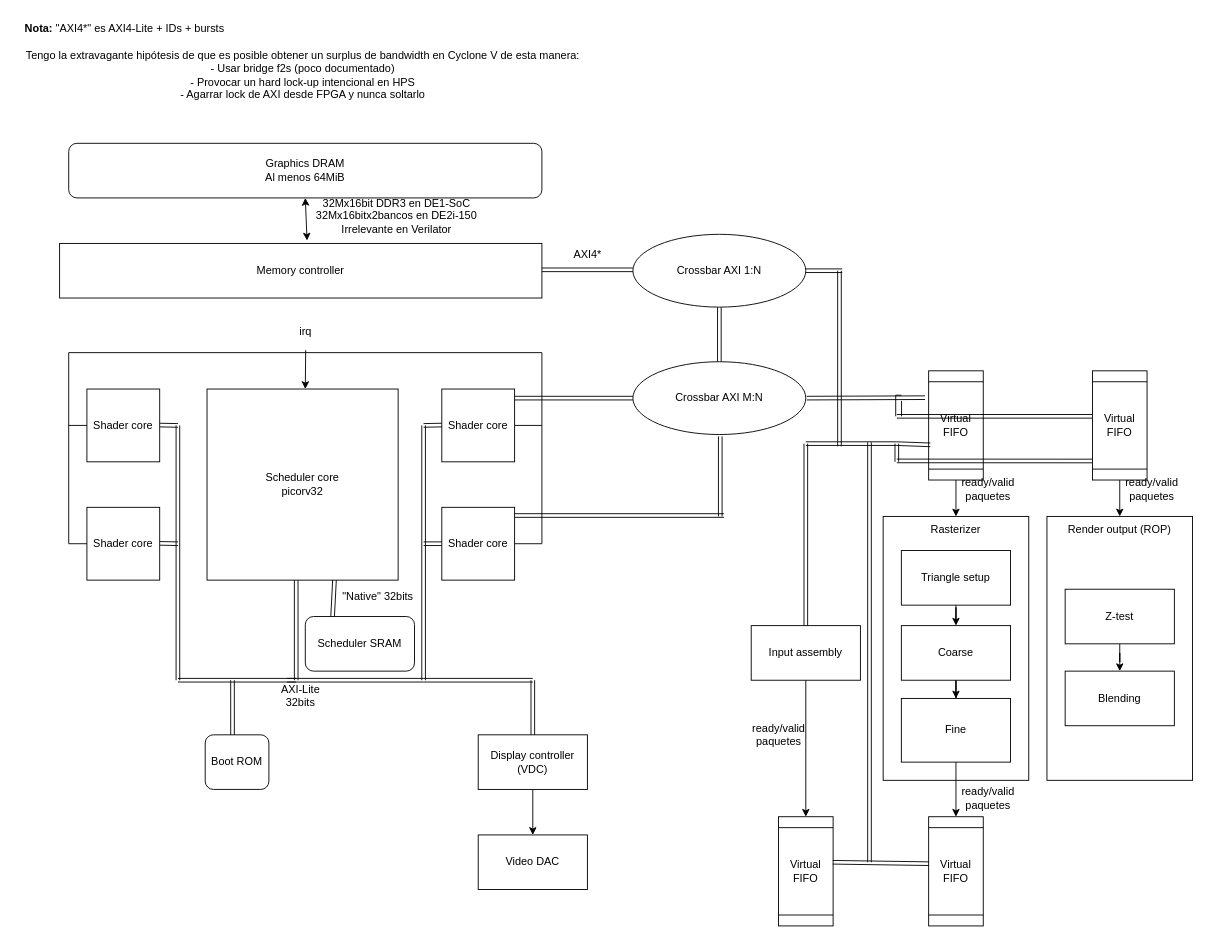
The draw.io diagram doc/diagrams/systemlevel.drawio in 3442/conspiracion, before the edit. Source tidied: cells renumbered, new cells numbered last; positions are measured from the earlier drawing's top-left corner, leaving out a move shared by most shapes. Both pictures are drawn from the tidied source at 91%, with x=0, y=0 at pixel (15, 15).
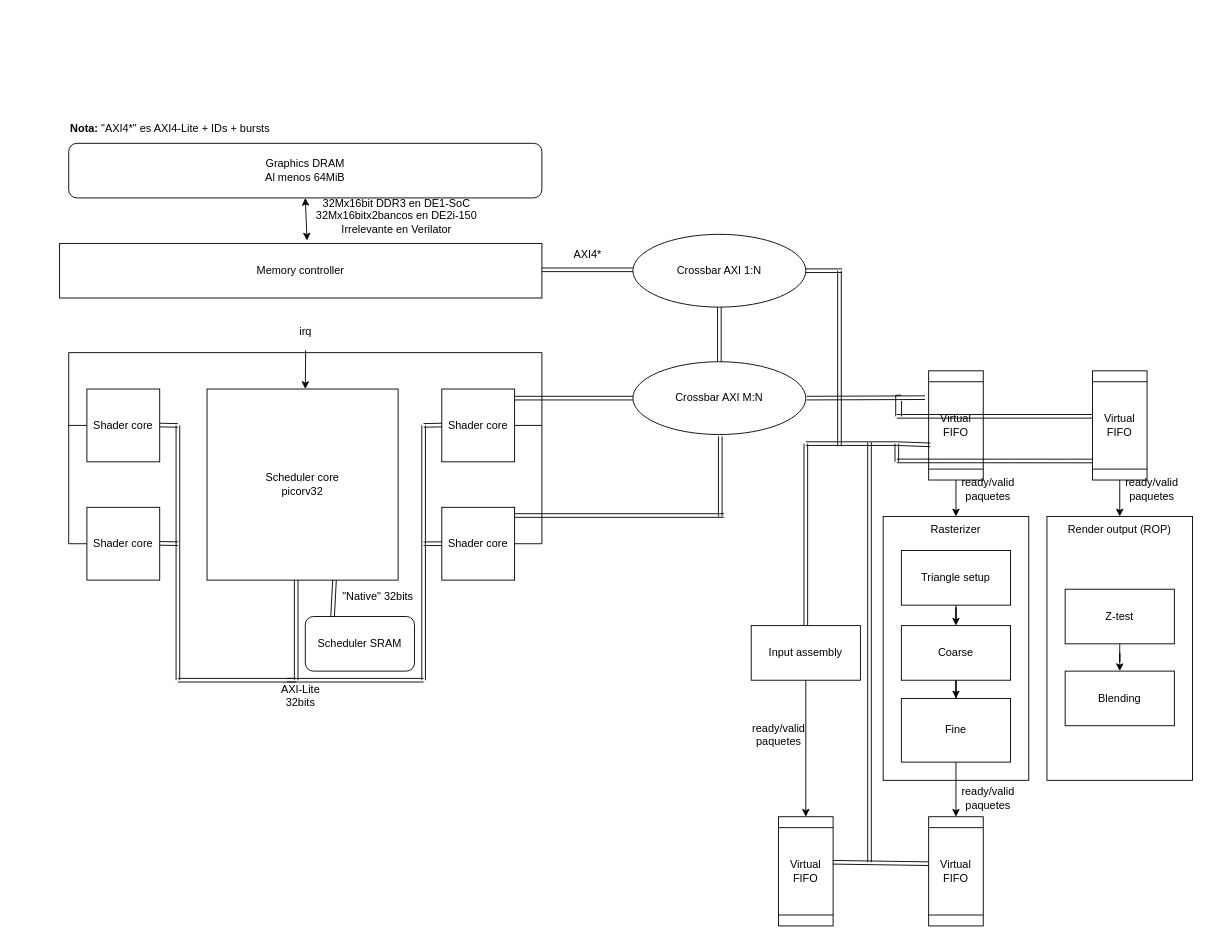
After the change.

Commit message (it also covers changes not shown here):
doc/diagrams: update to match design doc

The edit, as a diff of the source:
```diff
@@
-    <mxCell id="7" value="Boot ROM" style="rounded=1;whiteSpace=wrap;html=1;" parent="1" vertex="1">
-      <mxGeometry x="208" y="790" width="70" height="60" as="geometry" />
-    </mxCell>
@@
-    <mxCell id="12" style="shape=link;html=1;rounded=0;entryX=0.429;entryY=0;entryDx=0;entryDy=0;entryPerimeter=0;" parent="1" edge="1" target="7">
-      <mxGeometry relative="1" as="geometry">
-        <mxPoint x="238" y="730" as="sourcePoint" />
-      </mxGeometry>
-    </mxCell>
@@
-    <mxCell id="31" style="edgeStyle=orthogonalEdgeStyle;rounded=0;jettySize=auto;html=1;" parent="1" edge="1" source="32" target="37">
-      <mxGeometry relative="1" as="geometry" />
-    </mxCell>
-    <mxCell id="32" value="Display controller (VDC)" style="rounded=0;whiteSpace=wrap;html=1;" parent="1" vertex="1">
-      <mxGeometry x="508" y="790" width="120" height="60" as="geometry" />
-    </mxCell>
@@
-    <mxCell id="36" value="&lt;div&gt;Tengo la extravagante hipótesis de que es posible obtener un surplus de bandwidth en Cyclone V de esta manera:&lt;/div&gt;&lt;div&gt;- Usar bridge f2s (poco documentado)&lt;/div&gt;&lt;div&gt;- Provocar un hard lock-up intencional en HPS&lt;br&gt;&lt;/div&gt;&lt;div&gt;- Agarrar lock de AXI desde FPGA y nunca soltarlo&lt;/div&gt;" style="text;html=1;align=center;verticalAlign=middle;strokeColor=none;fillColor=none;" parent="1" vertex="1">
-      <mxGeometry y="30" width="630" height="70" as="geometry" />
-    </mxCell>
-    <mxCell id="37" value="Video DAC" style="rounded=0;whiteSpace=wrap;html=1;" parent="1" vertex="1">
-      <mxGeometry x="508" y="900" width="120" height="60" as="geometry" />
-    </mxCell>
-    <mxCell id="38" style="shape=link;html=1;rounded=0;" parent="1" edge="1">
-      <mxGeometry relative="1" as="geometry">
-        <mxPoint x="448" y="730" as="sourcePoint" />
-        <mxPoint x="568" y="730" as="targetPoint" />
-      </mxGeometry>
-    </mxCell>
-    <mxCell id="39" style="shape=link;html=1;rounded=0;" parent="1" edge="1" target="32">
-      <mxGeometry relative="1" as="geometry">
-        <mxPoint x="568" y="730" as="sourcePoint" />
-      </mxGeometry>
-    </mxCell>
@@
     <mxCell id="62" value="&lt;b&gt;Nota: &lt;/b&gt;&quot;AXI4*&quot; es AXI4-Lite + IDs + bursts" style="text;whiteSpace=wrap;html=1;" parent="1" vertex="1">
-      <mxGeometry x="8" width="231" height="40" as="geometry" />
+      <mxGeometry x="58" y="110" width="231" height="40" as="geometry" />
     </mxCell>
```
